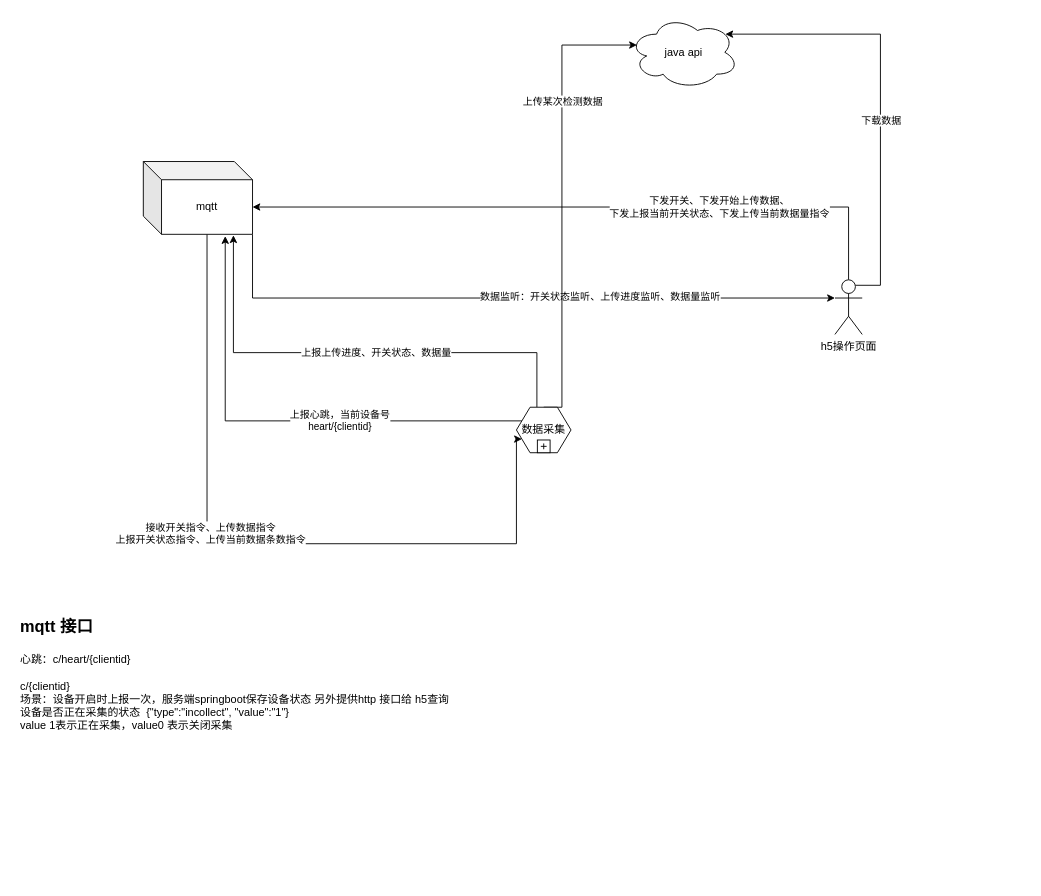
Before: page "架构图" (1 of 2) of Untitled Diagram.drawio in a83988029/data_collect_arch, a draw.io diagram. Source tidied: cells renumbered, new cells numbered last; positions are measured from the earlier drawing's top-left corner, leaving out a move shared by most shapes. Both pictures are drawn from the tidied source at 91%, with x=0, y=0 at pixel (15, 15).
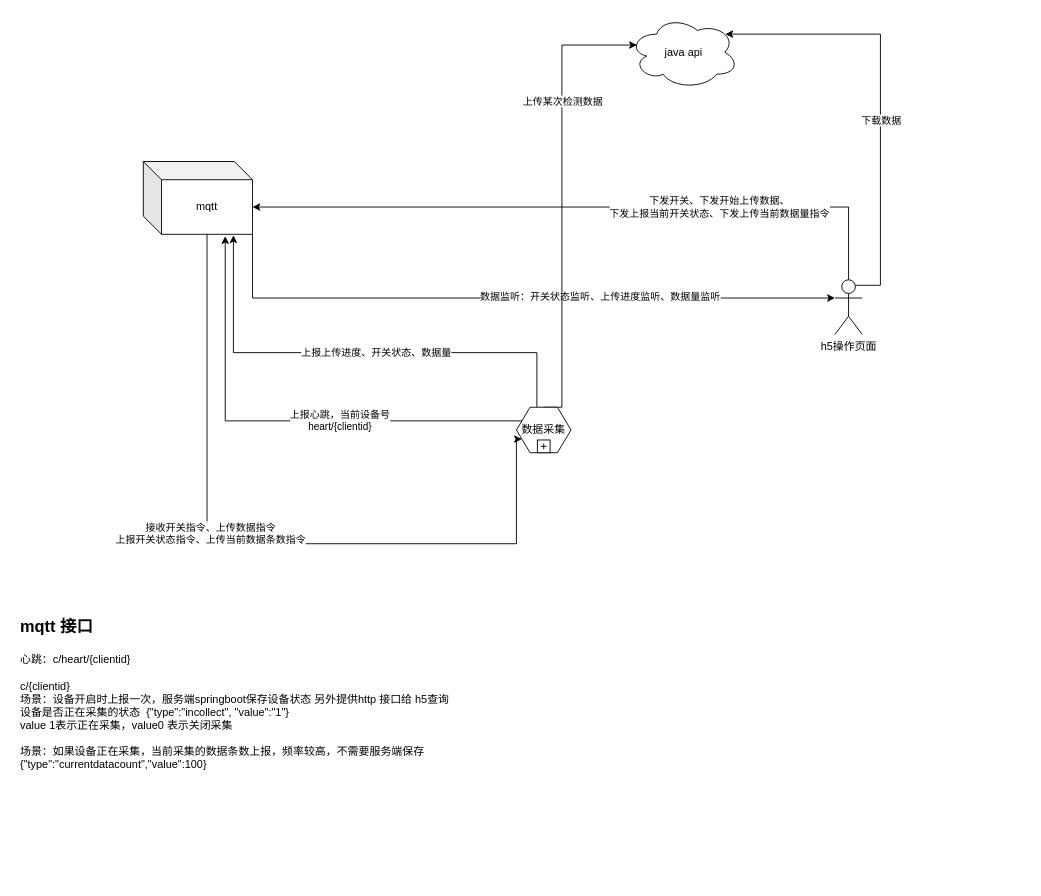
Above is the later version.

Change to the diagram source:
```diff
@@
-    <mxCell id="21" value="&lt;h1&gt;&lt;font style=&quot;font-size: 18px&quot;&gt;mqtt 接口&lt;/font&gt;&lt;/h1&gt;&lt;div&gt;心跳：c/heart/{clientid}&lt;/div&gt;&lt;div&gt;&lt;br&gt;&lt;/div&gt;&lt;div&gt;c/{clientid}&lt;/div&gt;&lt;div&gt;场景：设备开启时上报一次，服务端springboot保存设备状态 另外提供http 接口给 h5查询&lt;/div&gt;&lt;div&gt;&lt;span&gt;设备是否正在采集的状态&amp;nbsp; {&quot;type&quot;:&quot;incollect&quot;, &quot;value&quot;:&quot;1&quot;}&lt;/span&gt;&lt;br&gt;&lt;/div&gt;&lt;div&gt;&lt;span&gt;value 1表示正在采集，value0 表示关闭采集&lt;/span&gt;&lt;/div&gt;&lt;div&gt;&lt;span&gt;&lt;br&gt;&lt;/span&gt;&lt;/div&gt;&lt;div&gt;&lt;span&gt;&lt;/span&gt;&lt;/div&gt;&lt;div&gt;&lt;br&gt;&lt;/div&gt;" style="text;html=1;strokeColor=none;fillColor=none;spacing=5;spacingTop=-20;whiteSpace=wrap;overflow=hidden;rounded=0;" parent="1" vertex="1">
+    <mxCell id="21" value="&lt;h1&gt;&lt;font style=&quot;font-size: 18px&quot;&gt;mqtt 接口&lt;/font&gt;&lt;/h1&gt;&lt;div&gt;心跳：c/heart/{clientid}&lt;/div&gt;&lt;div&gt;&lt;br&gt;&lt;/div&gt;&lt;div&gt;c/{clientid}&lt;/div&gt;&lt;div&gt;场景：设备开启时上报一次，服务端springboot保存设备状态 另外提供http 接口给 h5查询&lt;/div&gt;&lt;div&gt;&lt;span&gt;设备是否正在采集的状态&amp;nbsp; {&quot;type&quot;:&quot;incollect&quot;, &quot;value&quot;:&quot;1&quot;}&lt;/span&gt;&lt;br&gt;&lt;/div&gt;&lt;div&gt;&lt;span&gt;value 1表示正在采集，value0 表示关闭采集&lt;/span&gt;&lt;/div&gt;&lt;div&gt;&lt;br&gt;&lt;/div&gt;&lt;div&gt;场景：如果设备正在采集，当前采集的数据条数上报，频率较高，不需要服务端保存&lt;/div&gt;&lt;div&gt;{&quot;type&quot;:&quot;currentdatacount&quot;,&quot;value&quot;:100}&lt;/div&gt;&lt;div&gt;&lt;span&gt;&lt;/span&gt;&lt;/div&gt;&lt;div&gt;&lt;br&gt;&lt;/div&gt;" style="text;html=1;strokeColor=none;fillColor=none;spacing=5;spacingTop=-20;whiteSpace=wrap;overflow=hidden;rounded=0;" parent="1" vertex="1">
       <mxGeometry y="650" width="1110" height="300" as="geometry" />
     </mxCell>
```
